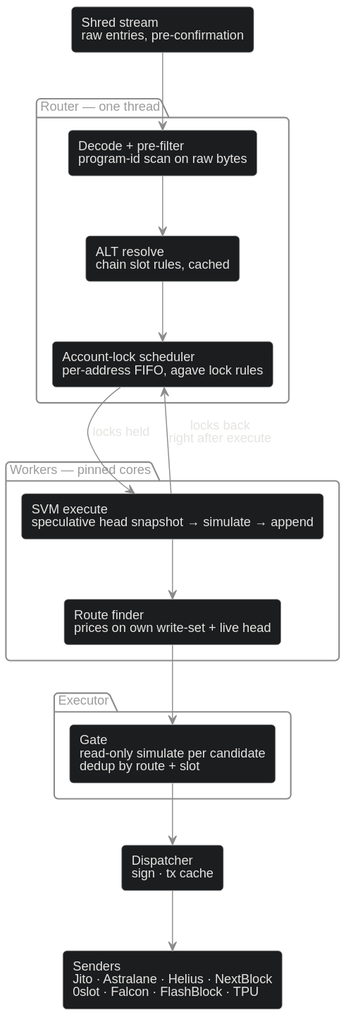
This is img/projects/Lumen/diagrams/pipeline-dark.svg from VladyslavHontar/portfolio, a PlantUML export, as it was before one commit. Its diagram source:
```plantuml
@startuml
skinparam backgroundColor transparent
skinparam shadowing false
skinparam note {
  BackgroundColor #1b1d1f
  BorderColor #8b8b8b
  FontColor #e6e4e1
}
skinparam defaultFontName Helvetica
skinparam defaultFontSize 13
skinparam roundCorner 8
skinparam ArrowColor #8b8b8b
skinparam ArrowFontColor #e6e4e1
skinparam rectangle {
  BackgroundColor #1b1d1f
  BorderColor #8b8b8b
  FontColor #e6e4e1
}
skinparam database {
  BackgroundColor #1b1d1f
  BorderColor #8b8b8b
  FontColor #e6e4e1
}
skinparam package {
  BackgroundColor TRANSPARENT
  BorderColor #8b8b8b
  FontColor #9b9b9b
  FontStyle plain
}

rectangle "Shred stream\nraw entries, pre-confirmation" as shreds

package "Router — one thread" {
  rectangle "Decode + pre-filter\nprogram-id scan on raw bytes" as decode
  rectangle "ALT resolve\nchain slot rules, cached" as alt
  rectangle "Account-lock scheduler\nper-address FIFO, agave lock rules" as sched
}

package "Workers — pinned cores" {
  rectangle "SVM execute\nspeculative head snapshot → simulate → append" as svm
  rectangle "Route finder\nprices on own write-set + live head" as finder
}

package "Executor" {
  rectangle "Gate\nread-only simulate per candidate\ndedup by route + slot" as gate
}

rectangle "Dispatcher\nsign · tx cache" as disp
rectangle "Senders\nJito · Astralane · Helius · NextBlock\n0slot · Falcon · FlashBlock · TPU" as senders

shreds --> decode
decode --> alt
alt --> sched
sched --> svm : locks held
svm --> sched : locks back\nright after execute
svm --> finder
finder --> gate
gate --> disp
disp --> senders
@enduml
```
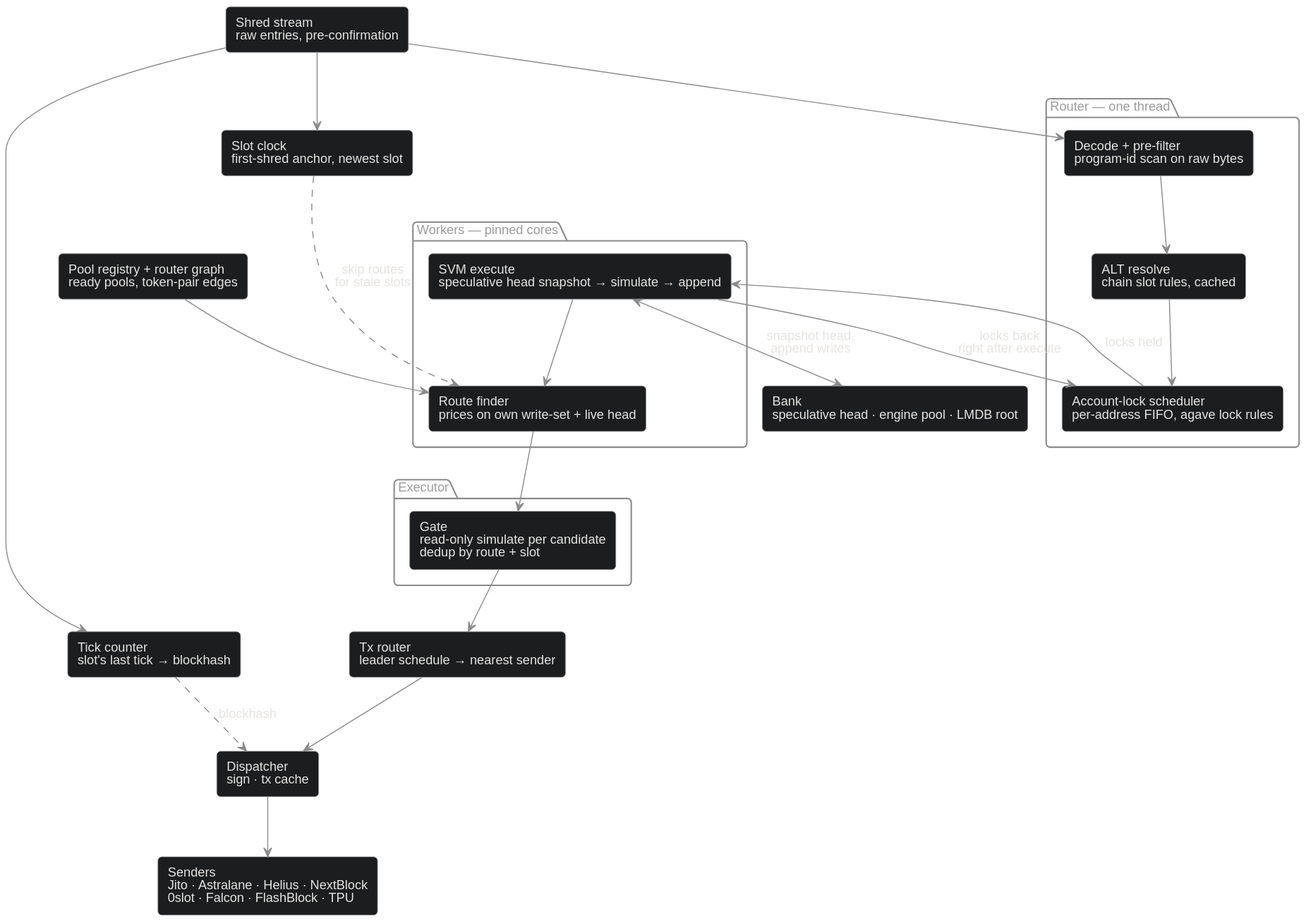
Later version of the same file.

Commit message:
Lumen: whole-system UML, pipeline diagram gains bank, registry, tick blockhash, slot clock, tx router

What changed in the source:
```diff
@@ -29,6 +29,8 @@
 }
 
 rectangle "Shred stream\nraw entries, pre-confirmation" as shreds
+rectangle "Tick counter\nslot's last tick → blockhash" as tick
+rectangle "Slot clock\nfirst-shred anchor, newest slot" as clock
 
 package "Router — one thread" {
   rectangle "Decode + pre-filter\nprogram-id scan on raw bytes" as decode
@@ -45,16 +47,26 @@
   rectangle "Gate\nread-only simulate per candidate\ndedup by route + slot" as gate
 }
 
+rectangle "Bank\nspeculative head · engine pool · LMDB root" as bank
+rectangle "Pool registry + router graph\nready pools, token-pair edges" as graph
+rectangle "Tx router\nleader schedule → nearest sender" as txr
 rectangle "Dispatcher\nsign · tx cache" as disp
 rectangle "Senders\nJito · Astralane · Helius · NextBlock\n0slot · Falcon · FlashBlock · TPU" as senders
 
 shreds --> decode
+shreds --> tick
+shreds --> clock
 decode --> alt
 alt --> sched
 sched --> svm : locks held
 svm --> sched : locks back\nright after execute
 svm --> finder
 finder --> gate
-gate --> disp
+svm <--> bank : snapshot head,\nappend writes
+graph --> finder
+clock -[#8b8b8b,dashed]-> finder : skip routes\nfor stale slots
+gate --> txr
+txr --> disp
+tick -[#8b8b8b,dashed]-> disp : blockhash
 disp --> senders
 @enduml
```
